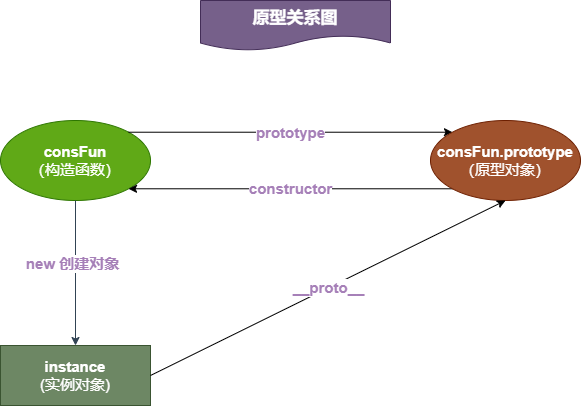
arrayListTwo/draw keeps this draw.io diagram as 未命名绘图.drawio.png. Above is the earlier version. Source tidied: cells renumbered, new cells last; positions are measured from the earlier drawing's top-left corner, leaving out a move shared by most shapes.
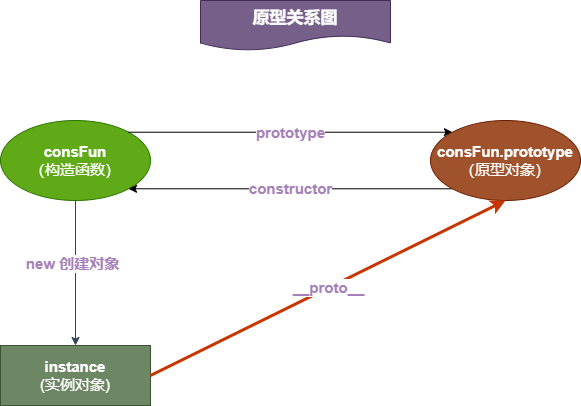
The same diagram one commit later.

Commit message:
更新未命名绘图.drawio.png

Change to the diagram source:
```diff
@@ -23,7 +23,7 @@
     <mxCell id="8" value="&lt;span style=&quot;color: rgb(255, 255, 255); font-size: 15px;&quot;&gt;&lt;b&gt;consFun.prototype&lt;/b&gt;&lt;/span&gt;&lt;br style=&quot;color: rgb(255, 255, 255); font-size: 15px;&quot;&gt;&lt;span style=&quot;color: rgb(255, 255, 255); font-size: 15px;&quot;&gt;（原型对象）&lt;/span&gt;" style="ellipse;whiteSpace=wrap;html=1;fillStyle=auto;fillColor=#a0522d;fontColor=#ffffff;strokeColor=#6D1F00;" parent="1" vertex="1">
       <mxGeometry x="430" y="120" width="150" height="80" as="geometry" />
     </mxCell>
-    <mxCell id="9" value="&lt;b&gt;__proto__&lt;/b&gt;" style="endArrow=classic;html=1;rounded=0;fontSize=15;fontColor=#A680B8;exitX=1;exitY=0.5;exitDx=0;exitDy=0;entryX=0.5;entryY=1;entryDx=0;entryDy=0;" parent="1" edge="1" source="3" target="8">
+    <mxCell id="9" value="&lt;b&gt;__proto__&lt;/b&gt;" style="endArrow=classic;html=1;rounded=0;fontSize=15;fontColor=#A680B8;exitX=1;exitY=0.5;exitDx=0;exitDy=0;entryX=0.5;entryY=1;entryDx=0;entryDy=0;strokeWidth=3;fillColor=#fa6800;strokeColor=#C73500;" parent="1" edge="1" source="3" target="8">
       <mxGeometry relative="1" as="geometry" />
     </mxCell>
     <mxCell id="10" value="&lt;b&gt;&lt;font style=&quot;font-size: 17px;&quot;&gt;原型关系图&lt;/font&gt;&lt;/b&gt;" style="shape=document;whiteSpace=wrap;html=1;boundedLbl=1;fillStyle=auto;fontSize=15;fontColor=#ffffff;fillColor=#76608a;strokeColor=#432D57;" parent="1" vertex="1">
```
